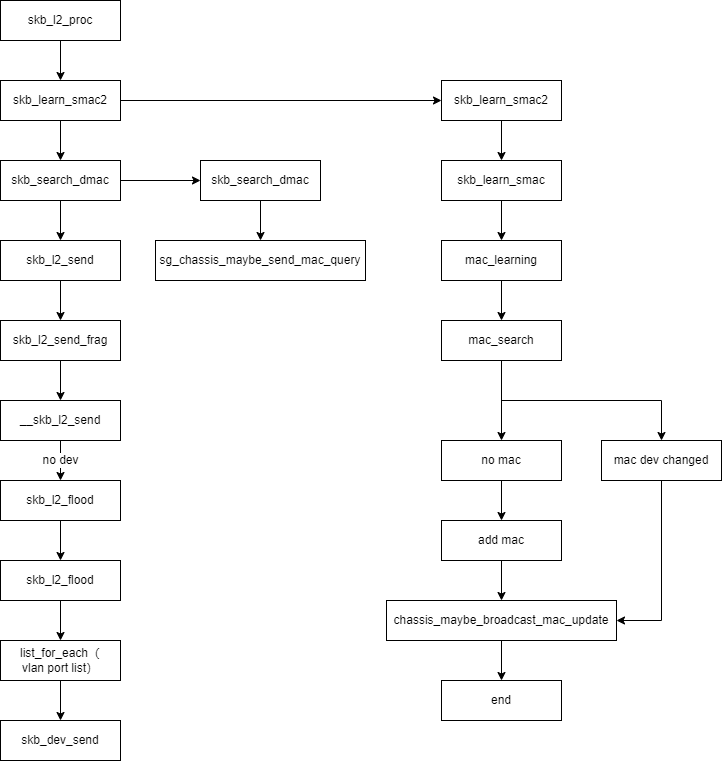
This is ngfw_mac_learning.drawio.png from lwchao/drawPNG, a draw.io export, as it was before one commit. Source tidied: cells renumbered, new cells last; positions are measured from the earlier drawing's top-left corner, leaving out a move shared by most shapes.
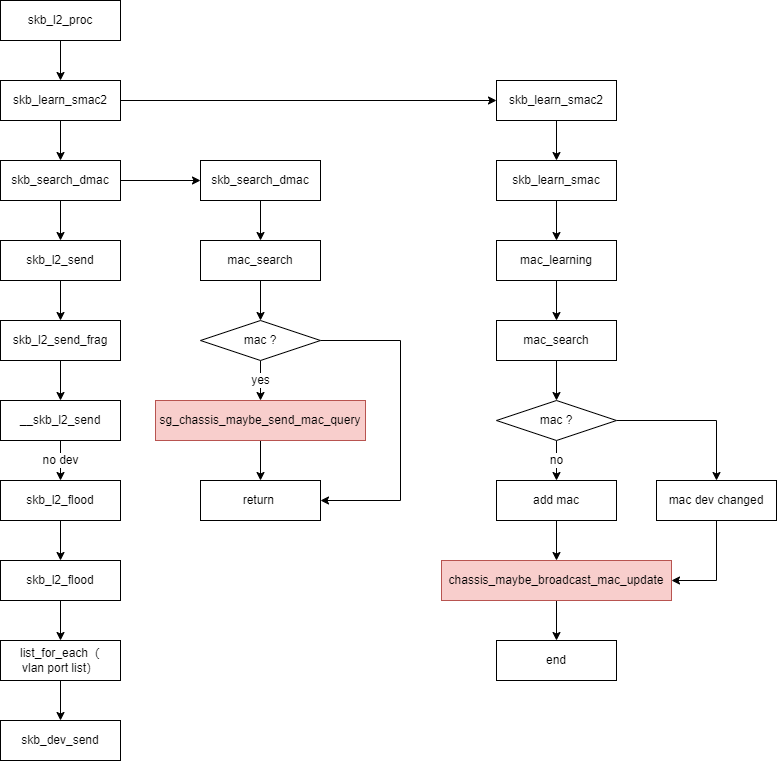
After the commit.

The edit, as a diff of the source:
```diff
@@ -45,7 +45,7 @@
       <mxGeometry relative="1" as="geometry" />
     </mxCell>
     <mxCell id="16" value="skb_learn_smac2" style="rounded=0;whiteSpace=wrap;html=1;" parent="1" vertex="1">
-      <mxGeometry x="441" y="80" width="120" height="40" as="geometry" />
+      <mxGeometry x="496" y="80" width="120" height="40" as="geometry" />
     </mxCell>
     <mxCell id="17" style="edgeStyle=orthogonalEdgeStyle;rounded=0;jettySize=auto;html=1;" parent="1" edge="1" source="19" target="5">
       <mxGeometry relative="1" as="geometry" />
@@ -56,9 +56,9 @@
     <mxCell id="19" value="skb_search_dmac" style="rounded=0;whiteSpace=wrap;html=1;" parent="1" vertex="1">
       <mxGeometry y="160" width="120" height="40" as="geometry" />
     </mxCell>
-    <mxCell id="20" style="edgeStyle=orthogonalEdgeStyle;rounded=0;jettySize=auto;html=1;exitX=0.5;exitY=1;exitDx=0;exitDy=0;" parent="1" edge="1" source="21" target="38">
-      <mxGeometry relative="1" as="geometry" />
-    </mxCell>
+    <mxCell id="44" style="edgeStyle=orthogonalEdgeStyle;rounded=0;jettySize=auto;html=1;" parent="1" edge="1" source="21" target="48">
+      <mxGeometry relative="1" as="geometry" />
+    </mxCell>
     <mxCell id="21" value="skb_search_dmac" style="rounded=0;whiteSpace=wrap;html=1;" parent="1" vertex="1">
       <mxGeometry x="200" y="160" width="120" height="40" as="geometry" />
     </mxCell>
@@ -66,52 +66,51 @@
       <mxGeometry relative="1" as="geometry" />
     </mxCell>
     <mxCell id="23" value="skb_learn_smac" style="rounded=0;whiteSpace=wrap;html=1;" parent="1" vertex="1">
-      <mxGeometry x="441" y="160" width="120" height="40" as="geometry" />
+      <mxGeometry x="496" y="160" width="120" height="40" as="geometry" />
     </mxCell>
     <mxCell id="24" style="edgeStyle=orthogonalEdgeStyle;rounded=0;jettySize=auto;html=1;" parent="1" edge="1" source="25" target="28">
       <mxGeometry relative="1" as="geometry" />
     </mxCell>
     <mxCell id="25" value="mac_learning" style="rounded=0;whiteSpace=wrap;html=1;" parent="1" vertex="1">
-      <mxGeometry x="441" y="240" width="120" height="40" as="geometry" />
+      <mxGeometry x="496" y="240" width="120" height="40" as="geometry" />
     </mxCell>
-    <mxCell id="26" style="edgeStyle=orthogonalEdgeStyle;rounded=0;jettySize=auto;html=1;" parent="1" edge="1" source="28" target="30">
-      <mxGeometry relative="1" as="geometry" />
-    </mxCell>
-    <mxCell id="27" style="edgeStyle=orthogonalEdgeStyle;rounded=0;jettySize=auto;html=1;exitX=0.5;exitY=1;exitDx=0;exitDy=0;" parent="1" edge="1" source="28" target="32">
-      <mxGeometry relative="1" as="geometry" />
-    </mxCell>
+    <mxCell id="45" style="edgeStyle=orthogonalEdgeStyle;rounded=0;jettySize=auto;html=1;" parent="1" edge="1" source="28" target="54">
+      <mxGeometry relative="1" as="geometry" />
+    </mxCell>
     <mxCell id="28" value="mac_search" style="rounded=0;whiteSpace=wrap;html=1;" parent="1" vertex="1">
-      <mxGeometry x="441" y="320" width="120" height="40" as="geometry" />
+      <mxGeometry x="496" y="320" width="120" height="40" as="geometry" />
     </mxCell>
-    <mxCell id="29" style="edgeStyle=orthogonalEdgeStyle;rounded=0;jettySize=auto;html=1;" parent="1" edge="1" source="30" target="34">
-      <mxGeometry relative="1" as="geometry" />
+    <mxCell id="29" value="no" style="edgeStyle=orthogonalEdgeStyle;rounded=0;jettySize=auto;html=1;" parent="1" edge="1" target="34">
+      <mxGeometry relative="1" as="geometry">
+        <mxPoint x="556" y="440" as="sourcePoint" />
+      </mxGeometry>
     </mxCell>
-    <mxCell id="30" value="no mac" style="rounded=0;whiteSpace=wrap;html=1;" parent="1" vertex="1">
-      <mxGeometry x="441" y="440" width="120" height="40" as="geometry" />
-    </mxCell>
     <mxCell id="31" style="edgeStyle=orthogonalEdgeStyle;rounded=0;jettySize=auto;html=1;exitX=0.5;exitY=1;exitDx=0;exitDy=0;entryX=1;entryY=0.5;entryDx=0;entryDy=0;" parent="1" edge="1" source="32" target="36">
       <mxGeometry relative="1" as="geometry" />
     </mxCell>
     <mxCell id="32" value="mac dev changed" style="rounded=0;whiteSpace=wrap;html=1;" parent="1" vertex="1">
-      <mxGeometry x="601" y="440" width="120" height="40" as="geometry" />
+      <mxGeometry x="656" y="480" width="120" height="40" as="geometry" />
     </mxCell>
     <mxCell id="33" style="edgeStyle=orthogonalEdgeStyle;rounded=0;jettySize=auto;html=1;" parent="1" edge="1" source="34" target="36">
       <mxGeometry relative="1" as="geometry" />
     </mxCell>
     <mxCell id="34" value="add mac" style="rounded=0;whiteSpace=wrap;html=1;" parent="1" vertex="1">
-      <mxGeometry x="441" y="520" width="120" height="40" as="geometry" />
+      <mxGeometry x="496" y="480" width="120" height="40" as="geometry" />
     </mxCell>
     <mxCell id="35" style="edgeStyle=orthogonalEdgeStyle;rounded=0;jettySize=auto;html=1;" parent="1" edge="1" source="36" target="37">
       <mxGeometry relative="1" as="geometry" />
     </mxCell>
-    <mxCell id="36" value="chassis_maybe_broadcast_mac_update" style="rounded=0;whiteSpace=wrap;html=1;" parent="1" vertex="1">
-      <mxGeometry x="386" y="600" width="230" height="40" as="geometry" />
+    <mxCell id="36" value="chassis_maybe_broadcast_mac_update" style="rounded=0;whiteSpace=wrap;html=1;fillColor=#f8cecc;strokeColor=#b85450;" parent="1" vertex="1">
+      <mxGeometry x="441" y="560" width="230" height="40" as="geometry" />
     </mxCell>
     <mxCell id="37" value="end" style="rounded=0;whiteSpace=wrap;html=1;" parent="1" vertex="1">
-      <mxGeometry x="441" y="680" width="120" height="40" as="geometry" />
+      <mxGeometry x="496" y="640" width="120" height="40" as="geometry" />
     </mxCell>
+    <mxCell id="46" style="edgeStyle=orthogonalEdgeStyle;rounded=0;jettySize=auto;html=1;" parent="1" edge="1" source="38" target="52">
+      <mxGeometry relative="1" as="geometry" />
+    </mxCell>
-    <mxCell id="38" value="sg_chassis_maybe_send_mac_query" style="rounded=0;whiteSpace=wrap;html=1;" parent="1" vertex="1">
-      <mxGeometry x="155" y="240" width="210" height="40" as="geometry" />
+    <mxCell id="38" value="sg_chassis_maybe_send_mac_query" style="rounded=0;whiteSpace=wrap;html=1;fillColor=#f8cecc;strokeColor=#b85450;" parent="1" vertex="1">
+      <mxGeometry x="155" y="400" width="210" height="40" as="geometry" />
     </mxCell>
     <mxCell id="39" style="edgeStyle=orthogonalEdgeStyle;rounded=0;jettySize=auto;html=1;" parent="1" edge="1" source="40" target="42">
       <mxGeometry relative="1" as="geometry" />
@@ -128,5 +127,34 @@
     <mxCell id="43" value="skb_dev_send" style="rounded=0;whiteSpace=wrap;html=1;" parent="1" vertex="1">
       <mxGeometry y="720" width="120" height="40" as="geometry" />
     </mxCell>
+    <mxCell id="47" style="edgeStyle=orthogonalEdgeStyle;rounded=0;jettySize=auto;html=1;" parent="1" edge="1" source="48" target="51">
+      <mxGeometry relative="1" as="geometry" />
+    </mxCell>
+    <mxCell id="48" value="mac_search" style="rounded=0;whiteSpace=wrap;html=1;" parent="1" vertex="1">
+      <mxGeometry x="200" y="240" width="120" height="40" as="geometry" />
+    </mxCell>
+    <mxCell id="49" value="yes" style="edgeStyle=orthogonalEdgeStyle;rounded=0;jettySize=auto;html=1;" parent="1" edge="1" source="51" target="38">
+      <mxGeometry relative="1" as="geometry" />
+    </mxCell>
+    <mxCell id="50" style="edgeStyle=orthogonalEdgeStyle;rounded=0;jettySize=auto;html=1;entryX=1;entryY=0.5;entryDx=0;entryDy=0;exitX=1;exitY=0.5;exitDx=0;exitDy=0;" parent="1" edge="1" source="51" target="52">
+      <mxGeometry relative="1" as="geometry">
+        <Array as="points">
+          <mxPoint x="400" y="340" />
+          <mxPoint x="400" y="500" />
+        </Array>
+      </mxGeometry>
+    </mxCell>
+    <mxCell id="51" value="mac ?" style="rhombus;whiteSpace=wrap;html=1;rounded=0;" parent="1" vertex="1">
+      <mxGeometry x="200" y="320" width="120" height="40" as="geometry" />
+    </mxCell>
+    <mxCell id="52" value="return&amp;nbsp;" style="rounded=0;whiteSpace=wrap;html=1;" parent="1" vertex="1">
+      <mxGeometry x="200" y="480" width="120" height="40" as="geometry" />
+    </mxCell>
+    <mxCell id="53" style="edgeStyle=orthogonalEdgeStyle;rounded=0;jettySize=auto;html=1;" parent="1" edge="1" source="54" target="32">
+      <mxGeometry relative="1" as="geometry" />
+    </mxCell>
+    <mxCell id="54" value="mac ?" style="rhombus;whiteSpace=wrap;html=1;rounded=0;" parent="1" vertex="1">
+      <mxGeometry x="496" y="400" width="120" height="40" as="geometry" />
+    </mxCell>
   </root>
 </mxGraphModel>
```
